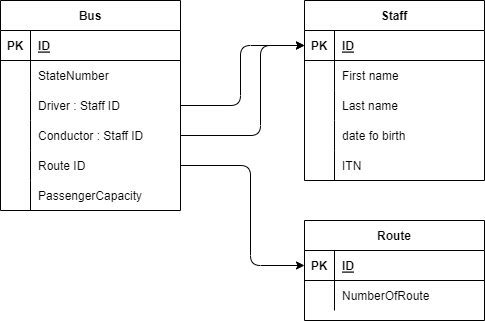
Earlier version of the draw.io export Task3.drawio.png (TimofeyShadrin/HomeWorkDB1). Source tidied: cells renumbered, new cells last; positions are measured from the earlier drawing's top-left corner, leaving out a move shared by most shapes.
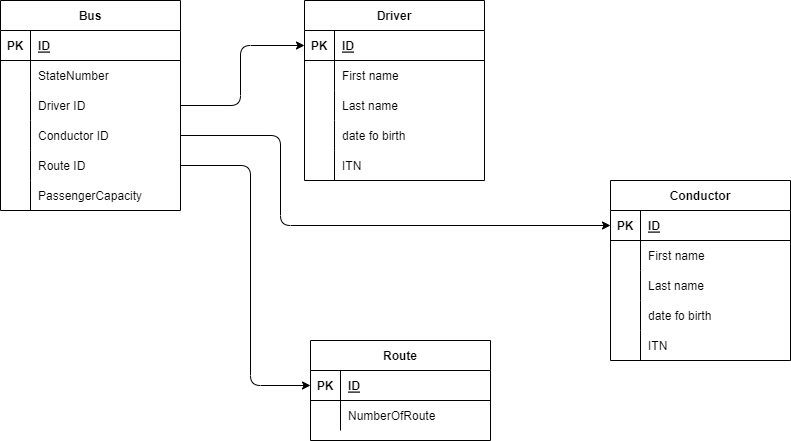
Later version of the same file.

Change to the diagram source:
```diff
@@ -29,7 +29,7 @@
     <mxCell id="10" style="shape=partialRectangle;fillColor=none;top=0;left=0;bottom=0;right=0;overflow=hidden;" parent="9" vertex="1">
       <mxGeometry width="30" height="30" as="geometry" />
     </mxCell>
-    <mxCell id="11" value="Driver : Staff ID" style="shape=partialRectangle;fillColor=none;top=0;left=0;bottom=0;right=0;align=left;spacingLeft=6;overflow=hidden;" parent="9" vertex="1">
+    <mxCell id="11" value="Driver ID" style="shape=partialRectangle;fillColor=none;top=0;left=0;bottom=0;right=0;align=left;spacingLeft=6;overflow=hidden;" parent="9" vertex="1">
       <mxGeometry x="30" width="150" height="30" as="geometry" />
     </mxCell>
     <mxCell id="12" style="shape=partialRectangle;fillColor=none;top=0;left=0;bottom=0;right=0;points=[[0,0.5],[1,0.5]];portConstraint=eastwest;" parent="2" vertex="1">
@@ -38,7 +38,7 @@
     <mxCell id="13" style="shape=partialRectangle;fillColor=none;top=0;left=0;bottom=0;right=0;overflow=hidden;" parent="12" vertex="1">
       <mxGeometry width="30" height="30" as="geometry" />
     </mxCell>
-    <mxCell id="14" value="Conductor : Staff ID" style="shape=partialRectangle;fillColor=none;top=0;left=0;bottom=0;right=0;align=left;spacingLeft=6;overflow=hidden;" parent="12" vertex="1">
+    <mxCell id="14" value="Conductor ID" style="shape=partialRectangle;fillColor=none;top=0;left=0;bottom=0;right=0;align=left;spacingLeft=6;overflow=hidden;" parent="12" vertex="1">
       <mxGeometry x="30" width="150" height="30" as="geometry" />
     </mxCell>
     <mxCell id="15" style="shape=partialRectangle;fillColor=none;top=0;left=0;bottom=0;right=0;points=[[0,0.5],[1,0.5]];portConstraint=eastwest;" parent="2" vertex="1">
@@ -59,7 +59,7 @@
     <mxCell id="20" value="PassengerCapacity" style="shape=partialRectangle;fillColor=none;top=0;left=0;bottom=0;right=0;align=left;spacingLeft=6;overflow=hidden;" parent="18" vertex="1">
       <mxGeometry x="30" width="150" height="30" as="geometry" />
     </mxCell>
-    <mxCell id="21" value="Staff" style="shape=table;startSize=30;rowLines=0;fontStyle=1;align=center;" parent="1" vertex="1">
+    <mxCell id="21" value="Driver" style="shape=table;startSize=30;rowLines=0;fontStyle=1;align=center;" parent="1" vertex="1">
       <mxGeometry x="304" width="180" height="180" as="geometry" />
     </mxCell>
     <mxCell id="22" style="shape=partialRectangle;fillColor=none;top=0;left=0;bottom=1;right=0;points=[[0,0.5],[1,0.5]];portConstraint=eastwest;" parent="21" vertex="1">
@@ -108,7 +108,7 @@
       <mxGeometry x="30" width="150" height="30" as="geometry" />
     </mxCell>
     <mxCell id="37" value="Route" style="shape=table;startSize=30;rowLines=0;fontStyle=1;align=center;" parent="1" vertex="1">
-      <mxGeometry x="304" y="220" width="180" height="100" as="geometry" />
+      <mxGeometry x="310" y="340" width="180" height="100" as="geometry" />
     </mxCell>
     <mxCell id="38" style="shape=partialRectangle;fillColor=none;top=0;left=0;bottom=1;right=0;points=[[0,0.5],[1,0.5]];portConstraint=eastwest;" parent="37" vertex="1">
       <mxGeometry y="30" width="180" height="30" as="geometry" />
@@ -140,17 +140,65 @@
       <mxGeometry relative="1" as="geometry">
         <Array as="points">
           <mxPoint x="250" y="165" />
-          <mxPoint x="250" y="265" />
+          <mxPoint x="250" y="385" />
         </Array>
       </mxGeometry>
     </mxCell>
-    <mxCell id="46" style="edgeStyle=none;html=1;entryX=0;entryY=0.5;entryDx=0;entryDy=0;exitX=1;exitY=0.5;exitDx=0;exitDy=0;" parent="1" edge="1" source="12" target="22">
+    <mxCell id="46" style="edgeStyle=none;html=1;entryX=0;entryY=0.5;entryDx=0;entryDy=0;exitX=1;exitY=0.5;exitDx=0;exitDy=0;" parent="1" edge="1" source="12" target="48">
       <mxGeometry relative="1" as="geometry">
         <Array as="points">
-          <mxPoint x="260" y="135" />
-          <mxPoint x="260" y="45" />
+          <mxPoint x="280" y="135" />
+          <mxPoint x="280" y="225" />
         </Array>
       </mxGeometry>
     </mxCell>
+    <mxCell id="47" value="Conductor" style="shape=table;startSize=30;rowLines=0;fontStyle=1;align=center;" parent="1" vertex="1">
+      <mxGeometry x="610" y="180" width="180" height="180" as="geometry" />
+    </mxCell>
+    <mxCell id="48" style="shape=partialRectangle;fillColor=none;top=0;left=0;bottom=1;right=0;points=[[0,0.5],[1,0.5]];portConstraint=eastwest;" parent="47" vertex="1">
+      <mxGeometry y="30" width="180" height="30" as="geometry" />
+    </mxCell>
+    <mxCell id="49" value="PK" style="shape=partialRectangle;fillColor=none;top=0;left=0;bottom=0;right=0;fontStyle=1;overflow=hidden;" parent="48" vertex="1">
+      <mxGeometry width="30" height="30" as="geometry" />
+    </mxCell>
+    <mxCell id="50" value="ID" style="shape=partialRectangle;fillColor=none;top=0;left=0;bottom=0;right=0;align=left;spacingLeft=6;fontStyle=5;overflow=hidden;" parent="48" vertex="1">
+      <mxGeometry x="30" width="150" height="30" as="geometry" />
+    </mxCell>
+    <mxCell id="51" style="shape=partialRectangle;fillColor=none;top=0;left=0;bottom=0;right=0;" parent="47" vertex="1">
+      <mxGeometry y="60" width="180" height="30" as="geometry" />
+    </mxCell>
+    <mxCell id="52" style="shape=partialRectangle;fillColor=none;top=0;left=0;bottom=0;right=0;overflow=hidden;" parent="51" vertex="1">
+      <mxGeometry width="30" height="30" as="geometry" />
+    </mxCell>
+    <mxCell id="53" value="First name" style="shape=partialRectangle;fillColor=none;top=0;left=0;bottom=0;right=0;align=left;spacingLeft=6;overflow=hidden;" parent="51" vertex="1">
+      <mxGeometry x="30" width="150" height="30" as="geometry" />
+    </mxCell>
+    <mxCell id="54" style="shape=partialRectangle;fillColor=none;top=0;left=0;bottom=0;right=0;" parent="47" vertex="1">
+      <mxGeometry y="90" width="180" height="30" as="geometry" />
+    </mxCell>
+    <mxCell id="55" style="shape=partialRectangle;fillColor=none;top=0;left=0;bottom=0;right=0;overflow=hidden;" parent="54" vertex="1">
+      <mxGeometry width="30" height="30" as="geometry" />
+    </mxCell>
+    <mxCell id="56" value="Last name" style="shape=partialRectangle;fillColor=none;top=0;left=0;bottom=0;right=0;align=left;spacingLeft=6;overflow=hidden;" parent="54" vertex="1">
+      <mxGeometry x="30" width="150" height="30" as="geometry" />
+    </mxCell>
+    <mxCell id="57" style="shape=partialRectangle;fillColor=none;top=0;left=0;bottom=0;right=0;" parent="47" vertex="1">
+      <mxGeometry y="120" width="180" height="30" as="geometry" />
+    </mxCell>
+    <mxCell id="58" style="shape=partialRectangle;fillColor=none;top=0;left=0;bottom=0;right=0;overflow=hidden;" parent="57" vertex="1">
+      <mxGeometry width="30" height="30" as="geometry" />
+    </mxCell>
+    <mxCell id="59" value="date fo birth" style="shape=partialRectangle;fillColor=none;top=0;left=0;bottom=0;right=0;align=left;spacingLeft=6;overflow=hidden;" parent="57" vertex="1">
+      <mxGeometry x="30" width="150" height="30" as="geometry" />
+    </mxCell>
+    <mxCell id="60" style="shape=partialRectangle;fillColor=none;top=0;left=0;bottom=0;right=0;" parent="47" vertex="1">
+      <mxGeometry y="150" width="180" height="30" as="geometry" />
+    </mxCell>
+    <mxCell id="61" style="shape=partialRectangle;fillColor=none;top=0;left=0;bottom=0;right=0;overflow=hidden;" parent="60" vertex="1">
+      <mxGeometry width="30" height="30" as="geometry" />
+    </mxCell>
+    <mxCell id="62" value="ITN" style="shape=partialRectangle;fillColor=none;top=0;left=0;bottom=0;right=0;align=left;spacingLeft=6;overflow=hidden;" parent="60" vertex="1">
+      <mxGeometry x="30" width="150" height="30" as="geometry" />
+    </mxCell>
   </root>
 </mxGraphModel>
```
